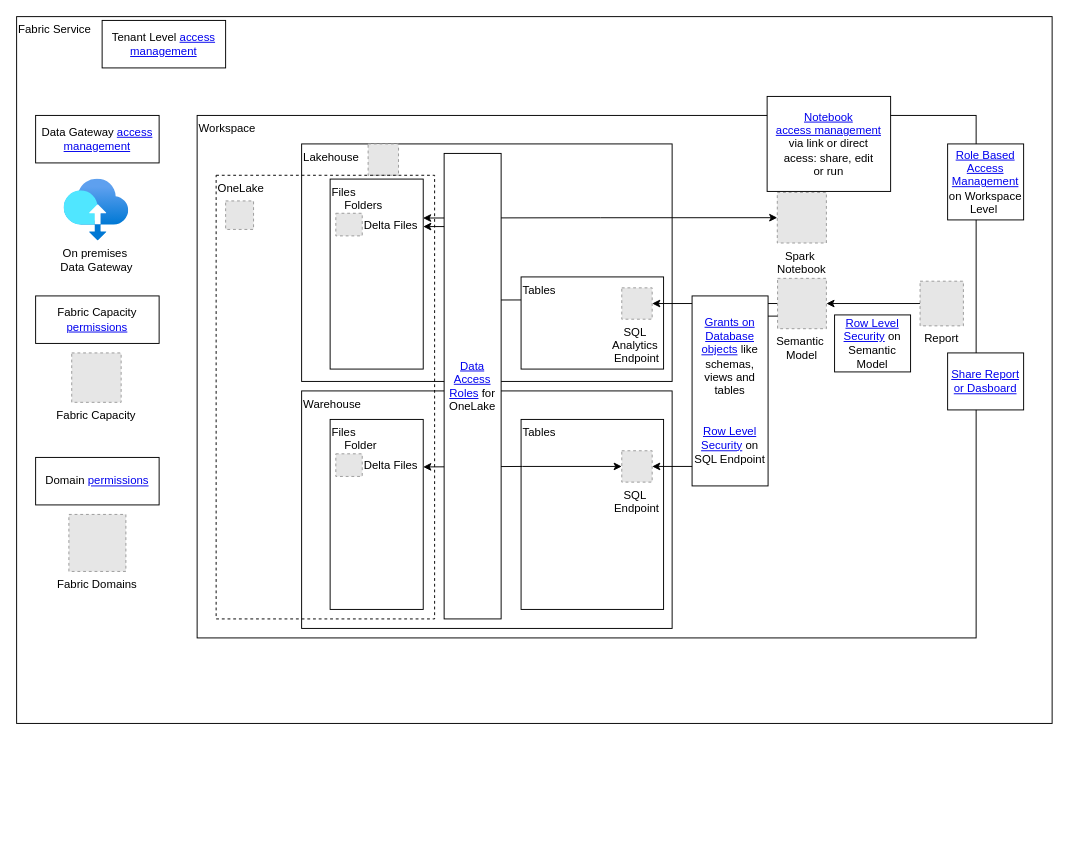
Before: page "Access Management" (6 of 8) of Fabric.drawio in jugi92/useful_architectures, a draw.io diagram. Source tidied: cells renumbered, new cells numbered last; positions are measured from the earlier drawing's top-left corner, leaving out a move shared by most shapes. Both pictures are drawn from the tidied source at 95%, with x=0, y=0 at pixel (16, 16). Pictures stored in the file or linked from it are replaced by grey dashed boxes.
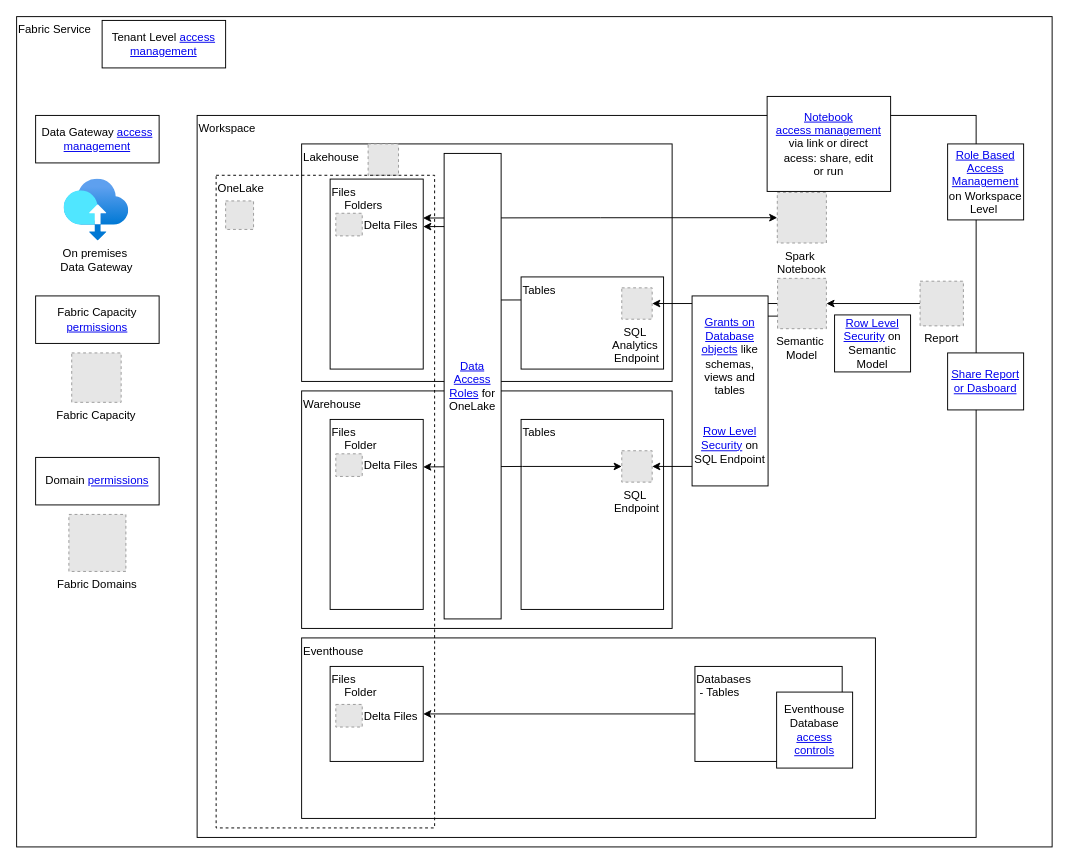
The same page after the edit.

Commit message (it also covers changes not shown here):
more access more integration

The edit, as a diff of the source:
```diff
@@
     <mxCell id="2" value="Fabric Service" style="rounded=0;whiteSpace=wrap;html=1;align=left;verticalAlign=top;" parent="1" vertex="1">
-      <mxGeometry width="1090" height="744" as="geometry" />
+      <mxGeometry width="1090" height="874" as="geometry" />
     </mxCell>
     <mxCell id="3" value="Workspace" style="rounded=0;whiteSpace=wrap;html=1;align=left;verticalAlign=top;" parent="1" vertex="1">
-      <mxGeometry x="190" y="104" width="820" height="550" as="geometry" />
+      <mxGeometry x="190" y="104" width="820" height="760" as="geometry" />
     </mxCell>
@@
     <mxCell id="14" value="OneLake" style="rounded=0;whiteSpace=wrap;html=1;align=left;verticalAlign=top;fillColor=none;dashed=1;" parent="1" vertex="1">
-      <mxGeometry x="210" y="167" width="230" height="467" as="geometry" />
+      <mxGeometry x="210" y="167" width="230" height="687" as="geometry" />
     </mxCell>
@@
+    <mxCell id="41" value="Eventhouse" style="rounded=0;whiteSpace=wrap;html=1;align=left;verticalAlign=top;fillColor=none;" parent="1" vertex="1">
+      <mxGeometry x="300" y="654" width="604" height="190" as="geometry" />
+    </mxCell>
+    <mxCell id="42" style="edgeStyle=orthogonalEdgeStyle;rounded=0;jettySize=auto;html=1;exitX=0;exitY=0.5;exitDx=0;exitDy=0;entryX=1;entryY=0.5;entryDx=0;entryDy=0;" parent="1" edge="1" source="43" target="44">
+      <mxGeometry relative="1" as="geometry" />
+    </mxCell>
+    <mxCell id="43" value="Databases&lt;div&gt;&amp;nbsp;- Tables&lt;/div&gt;" style="rounded=0;whiteSpace=wrap;html=1;align=left;verticalAlign=top;" parent="1" vertex="1">
+      <mxGeometry x="714" y="684" width="155" height="100" as="geometry" />
+    </mxCell>
+    <mxCell id="44" value="Files&lt;div&gt;&amp;nbsp; &amp;nbsp; Folder&lt;/div&gt;&lt;div&gt;&lt;br&gt;&lt;/div&gt;" style="rounded=0;whiteSpace=wrap;html=1;align=left;verticalAlign=top;" parent="1" vertex="1">
+      <mxGeometry x="330" y="684" width="98" height="100" as="geometry" />
+    </mxCell>
+    <mxCell id="45" value="Delta Files" style="fillColor=#E6E6E6;strokeColor=#999999;dashed=1;verticalLabelPosition=middle;labelBackgroundColor=default;verticalAlign=middle;labelPosition=right;align=left;" parent="1" vertex="1">
+      <mxGeometry x="336" y="724" width="27.8" height="23.8" as="geometry" />
+    </mxCell>
@@
+    <mxCell id="46" value="Eventhouse Database &lt;a href=&quot;https://learn.microsoft.com/en-us/kusto/access-control/?view=microsoft-fabric&amp;amp;preserve-view=true&quot;&gt;access controls&lt;/a&gt;" style="rounded=0;whiteSpace=wrap;html=1;" parent="33" vertex="1">
+      <mxGeometry x="800" y="711" width="80" height="80" as="geometry" />
+    </mxCell>
```
